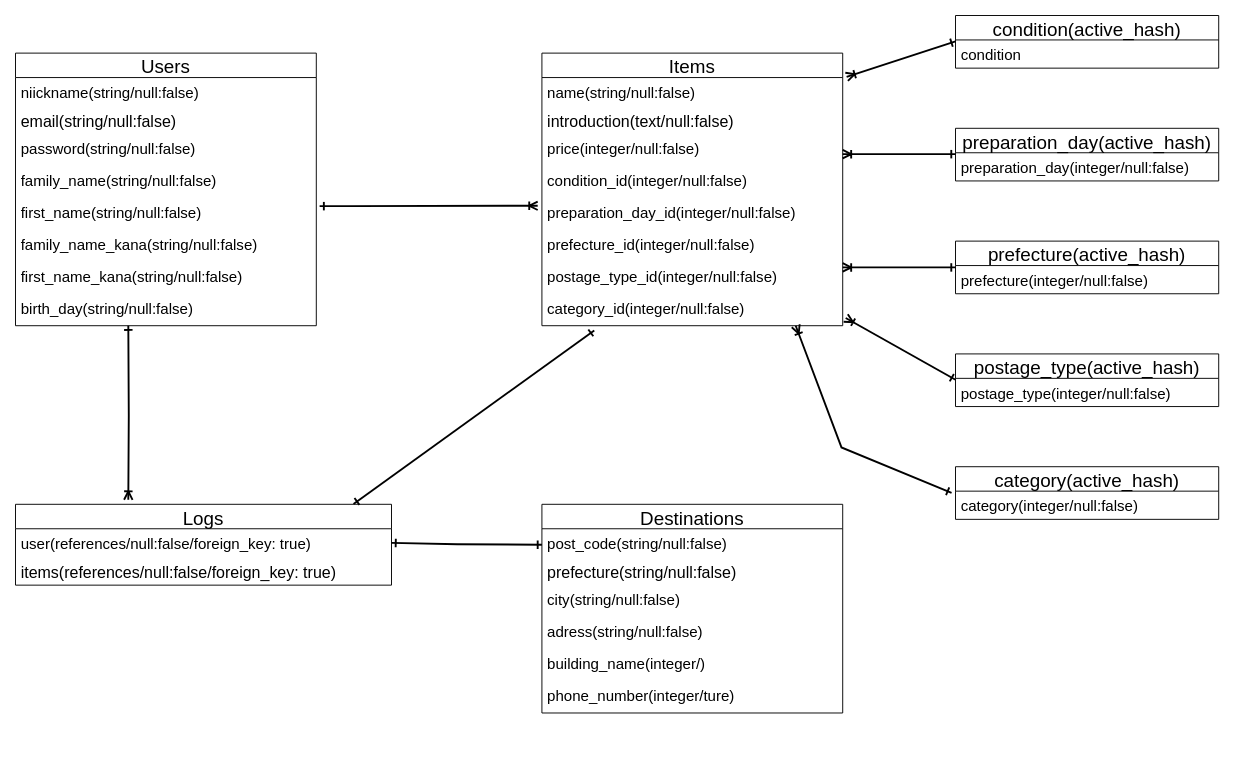
This is datebase.dio from RRS1107/furima-38199, a draw.io file, before an edit. Source tidied: cells renumbered, new cells numbered last; positions are measured from the earlier drawing's top-left corner, leaving out a move shared by most shapes. Both pictures are drawn from the tidied source at 94%, with x=0, y=0 at pixel (15, 15).
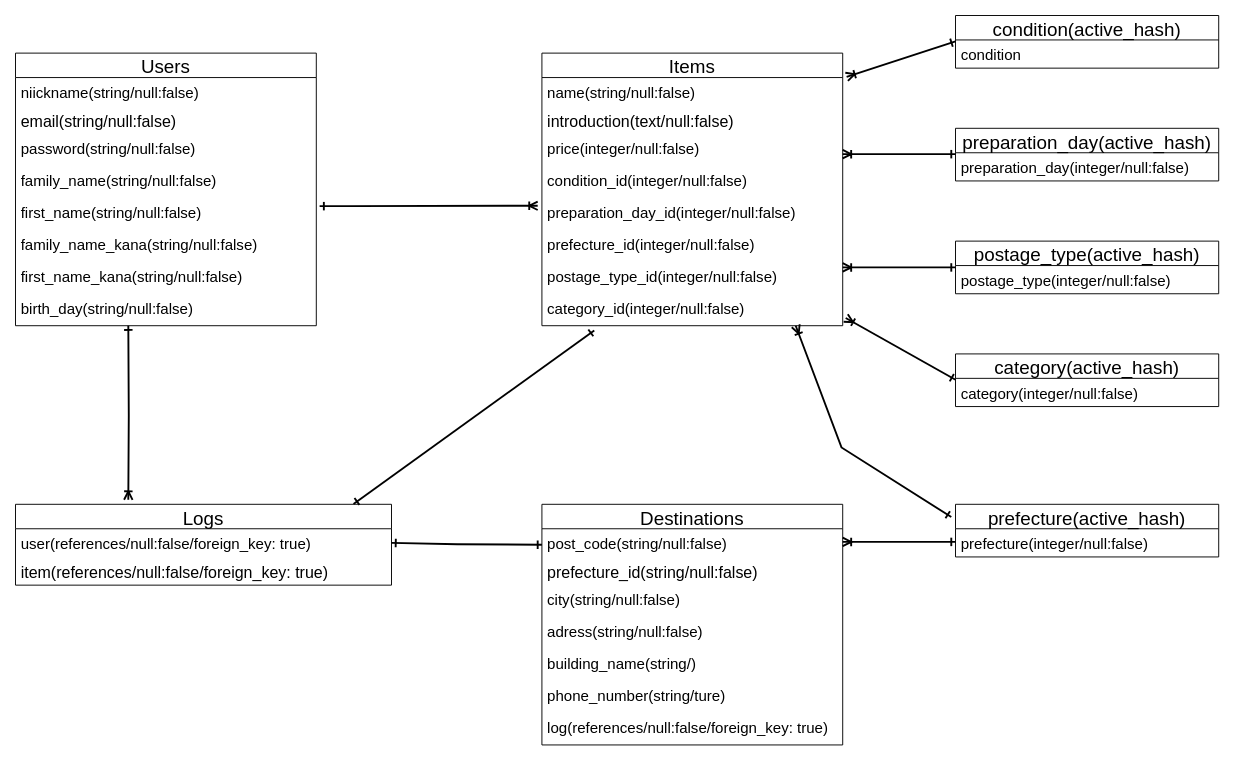
After the change.

The change refers to these unchanged cells:
```xml
<mxCell id="11" value="Items" style="swimlane;fontStyle=0;horizontal=1;startSize=26;align=center;fontSize=20;fillColor=none;" parent="1" vertex="1">
  <mxGeometry x="560" y="40" width="320" height="290" as="geometry" />
</mxCell>
<mxCell id="21" value="Logs" style="swimlane;fontStyle=0;horizontal=1;startSize=26;align=center;fontSize=20;fillColor=none;" parent="1" vertex="1">
  <mxGeometry y="520" width="400" height="86" as="geometry" />
</mxCell>
<mxCell id="44" value="category(integer/null:false)" style="text;strokeColor=none;fillColor=none;spacingLeft=4;spacingRight=4;overflow=hidden;points=[[0,0.5],[1,0.5]];portConstraint=eastwest;fontSize=16;" parent="43" vertex="1">
  <mxGeometry y="26" width="280" height="30" as="geometry" />
</mxCell>
```

The edit, as a diff of the source:
```diff
@@
-    <mxCell id="20" style="endArrow=ERone;html=1;rounded=0;fontSize=16;startArrow=ERoneToMany;startFill=0;endFill=0;strokeWidth=2;entryX=-0.015;entryY=0.058;entryDx=0;entryDy=0;entryPerimeter=0;" parent="11" edge="1" target="44">
+    <mxCell id="20" style="endArrow=ERone;html=1;rounded=0;fontSize=16;startArrow=ERoneToMany;startFill=0;endFill=0;strokeWidth=2;entryX=-0.016;entryY=0.242;entryDx=0;entryDy=0;entryPerimeter=0;" parent="11" edge="1" target="39">
       <mxGeometry relative="1" as="geometry">
         <mxPoint x="270" y="290" as="sourcePoint" />
         <Array as="points">
           <mxPoint x="318.7" y="419.5" />
         </Array>
       </mxGeometry>
     </mxCell>
@@
-    <mxCell id="23" value="items(references/null:false/foreign_key: true)" style="text;strokeColor=none;fillColor=none;spacingLeft=4;spacingRight=4;overflow=hidden;fontSize=17;" parent="21" vertex="1">
+    <mxCell id="23" value="item(references/null:false/foreign_key: true)" style="text;strokeColor=none;fillColor=none;spacingLeft=4;spacingRight=4;overflow=hidden;fontSize=17;" parent="21" vertex="1">
       <mxGeometry y="56" width="400" height="30" as="geometry" />
     </mxCell>
     <mxCell id="24" value="Destinations" style="swimlane;fontStyle=0;horizontal=1;startSize=26;align=center;fontSize=20;fillColor=none;" parent="1" vertex="1">
-      <mxGeometry x="560" y="520" width="320" height="222" as="geometry" />
+      <mxGeometry x="560" y="520" width="320" height="256" as="geometry" />
     </mxCell>
@@
-    <mxCell id="26" value="prefecture(string/null:false)" style="text;strokeColor=none;fillColor=none;spacingLeft=4;spacingRight=4;overflow=hidden;fontSize=17;" parent="24" vertex="1">
+    <mxCell id="26" value="prefecture_id(string/null:false)" style="text;strokeColor=none;fillColor=none;spacingLeft=4;spacingRight=4;overflow=hidden;fontSize=17;" parent="24" vertex="1">
       <mxGeometry y="56" width="320" height="30" as="geometry" />
     </mxCell>
@@
-    <mxCell id="29" value="building_name(integer/)&#10;" style="text;strokeColor=none;fillColor=none;spacingLeft=4;spacingRight=4;overflow=hidden;fontSize=16;" parent="24" vertex="1">
+    <mxCell id="29" value="building_name(string/)&#10;" style="text;strokeColor=none;fillColor=none;spacingLeft=4;spacingRight=4;overflow=hidden;fontSize=16;" parent="24" vertex="1">
       <mxGeometry y="154" width="320" height="34" as="geometry" />
     </mxCell>
+    <mxCell id="49" value="phone_number(string/ture)&#10;" style="text;strokeColor=none;fillColor=none;spacingLeft=4;spacingRight=4;overflow=hidden;fontSize=16;" parent="24" vertex="1">
+      <mxGeometry y="188" width="320" height="34" as="geometry" />
+    </mxCell>
-    <mxCell id="30" value="phone_number(integer/ture)&#10;" style="text;strokeColor=none;fillColor=none;spacingLeft=4;spacingRight=4;overflow=hidden;fontSize=16;" parent="24" vertex="1">
-      <mxGeometry y="188" width="320" height="34" as="geometry" />
+    <mxCell id="30" value="log(references/null:false/foreign_key: true)&#10;" style="text;strokeColor=none;fillColor=none;spacingLeft=4;spacingRight=4;overflow=hidden;fontSize=16;" parent="24" vertex="1">
+      <mxGeometry y="222" width="320" height="34" as="geometry" />
     </mxCell>
@@
     <mxCell id="39" value="prefecture(active_hash)" style="swimlane;fontStyle=0;horizontal=1;startSize=26;align=center;fontSize=20;" parent="1" vertex="1">
-      <mxGeometry x="1000" y="240" width="280" height="56" as="geometry" />
+      <mxGeometry x="1000" y="520" width="280" height="56" as="geometry" />
     </mxCell>
@@
     <mxCell id="41" value="postage_type(active_hash)" style="swimlane;fontStyle=0;horizontal=1;startSize=26;align=center;fontSize=20;" parent="1" vertex="1">
-      <mxGeometry x="1000" y="360" width="280" height="56" as="geometry" />
+      <mxGeometry x="1000" y="240" width="280" height="56" as="geometry" />
     </mxCell>
@@
     <mxCell id="43" value="category(active_hash)" style="swimlane;fontStyle=0;horizontal=1;startSize=26;align=center;fontSize=20;" parent="1" vertex="1">
-      <mxGeometry x="1000" y="480" width="280" height="56" as="geometry" />
+      <mxGeometry x="1000" y="360" width="280" height="56" as="geometry" />
     </mxCell>
@@
+    <mxCell id="50" style="endArrow=ERone;html=1;rounded=0;fontSize=16;strokeWidth=2;startArrow=ERoneToMany;startFill=0;endFill=0;" parent="1" edge="1">
+      <mxGeometry relative="1" as="geometry">
+        <mxPoint x="880" y="560" as="sourcePoint" />
+        <mxPoint x="1000" y="560" as="targetPoint" />
+        <Array as="points">
+          <mxPoint x="930" y="560" />
+        </Array>
+      </mxGeometry>
+    </mxCell>
```
